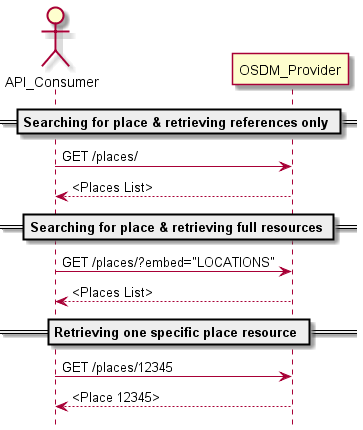
Before: images/processes/seq-looking-up-places.png, a diagram exported from PlantUML (UnionInternationalCheminsdeFer/OSDM). Source of this version:
```plantuml
@startuml
hide footbox

actor API_Consumer

== Searching for place & retrieving references only ==
API_Consumer -> OSDM_Provider: GET /places/
OSDM_Provider --> API_Consumer: <Places List>

== Searching for place & retrieving full resources ==
API_Consumer -> OSDM_Provider: GET /places/?embed="LOCATIONS"
OSDM_Provider --> API_Consumer: <Places List>

== Retrieving one specific place resource ==
API_Consumer -> OSDM_Provider: GET /places/12345
OSDM_Provider --> API_Consumer: <Place 12345>
@enduml
```
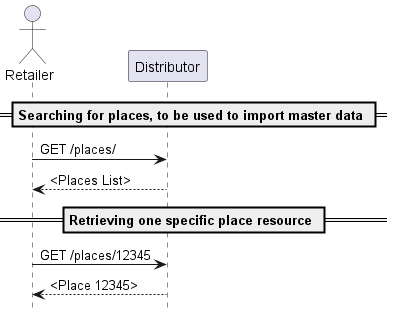
The same diagram one commit later.

What changed in the source:
```diff
@@ -1,17 +1,13 @@
 @startuml
 hide footbox
 
-actor API_Consumer
+actor Retailer
 
-== Searching for place & retrieving references only ==
-API_Consumer -> OSDM_Provider: GET /places/
-OSDM_Provider --> API_Consumer: <Places List>
-
-== Searching for place & retrieving full resources ==
-API_Consumer -> OSDM_Provider: GET /places/?embed="LOCATIONS"
-OSDM_Provider --> API_Consumer: <Places List>
+== Searching for places, to be used to import master data ==
+Retailer -> Distributor: GET /places/
+Distributor --> Retailer: <Places List>
 
 == Retrieving one specific place resource ==
-API_Consumer -> OSDM_Provider: GET /places/12345
-OSDM_Provider --> API_Consumer: <Place 12345>
+Retailer -> Distributor: GET /places/12345
+Distributor --> Retailer: <Place 12345>
 @enduml
```
